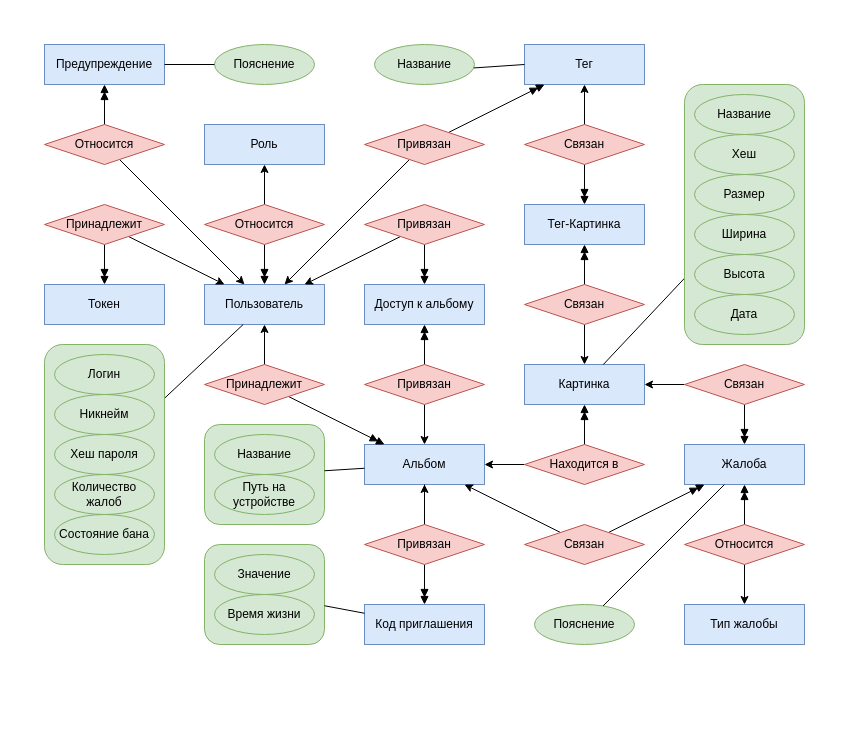
Before: page "Концепт" (1 of 4) of docs/Модели БД.drawio in savayaqu/course-project-4, a draw.io diagram. Source tidied: cells renumbered, new cells numbered last; positions are measured from the earlier drawing's top-left corner, leaving out a move shared by most shapes. Both pictures are drawn from the tidied source at 100%, with x=0, y=0 at pixel (44, 44).
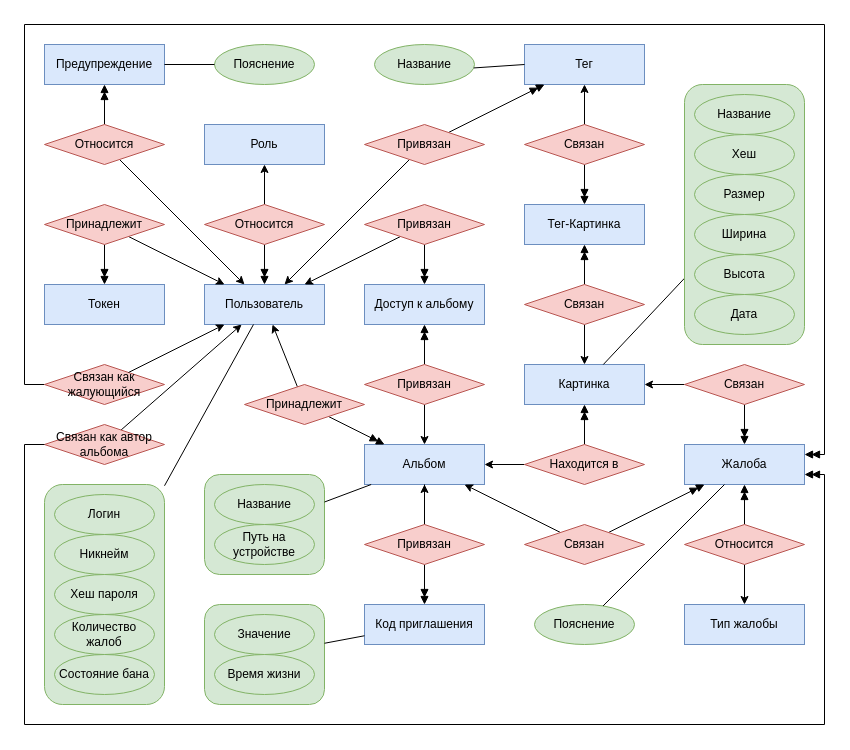
Above is the later version.

Unchanged cells that the change refers to:
```xml
<mxCell id="3" value="Пользователь" style="rounded=0;whiteSpace=wrap;html=1;fillColor=#dae8fc;strokeColor=#6c8ebf;" parent="1" vertex="1">
  <mxGeometry x="160" y="240" width="120" height="40" as="geometry" />
</mxCell>
<mxCell id="54" value="Жалоба" style="rounded=0;whiteSpace=wrap;html=1;fillColor=#dae8fc;strokeColor=#6c8ebf;" parent="1" vertex="1">
  <mxGeometry x="640" y="400" width="120" height="40" as="geometry" />
</mxCell>
```

Change to the diagram source:
```diff
@@
+    <mxCell id="92" style="rounded=0;jettySize=auto;html=1;" parent="1" edge="1" source="95" target="3">
+      <mxGeometry relative="1" as="geometry" />
+    </mxCell>
@@
-    <mxCell id="9" style="edgeStyle=orthogonalEdgeStyle;rounded=0;jettySize=auto;html=1;" parent="1" edge="1" source="11" target="3">
+    <mxCell id="9" style="rounded=0;jettySize=auto;html=1;" parent="1" edge="1" source="11" target="3">
       <mxGeometry relative="1" as="geometry" />
     </mxCell>
@@
     <mxCell id="11" value="Принадлежит" style="rhombus;whiteSpace=wrap;html=1;fillColor=#f8cecc;strokeColor=#b85450;" parent="1" vertex="1">
-      <mxGeometry x="160" y="320" width="120" height="40" as="geometry" />
+      <mxGeometry x="200" y="340" width="120" height="40" as="geometry" />
     </mxCell>
@@
     <mxCell id="22" style="group;" parent="1" vertex="1">
-      <mxGeometry x="160" y="380" width="120" height="100" as="geometry" />
+      <mxGeometry x="160" y="430" width="120" height="100" as="geometry" />
     </mxCell>
@@
     <mxCell id="47" style="group;" parent="1" vertex="1">
-      <mxGeometry x="160" y="500" width="120" height="100" as="geometry" />
+      <mxGeometry x="160" y="560" width="120" height="100" as="geometry" />
     </mxCell>
@@
     <mxCell id="67" style="group;" parent="1" vertex="1">
-      <mxGeometry y="300" width="120" height="220" as="geometry" />
+      <mxGeometry y="440" width="120" height="220" as="geometry" />
     </mxCell>
@@
+    <mxCell id="93" style="edgeStyle=orthogonalEdgeStyle;rounded=0;jettySize=auto;html=1;endArrow=doubleBlock;endFill=1;" parent="1" edge="1" source="94" target="54">
+      <mxGeometry relative="1" as="geometry">
+        <Array as="points">
+          <mxPoint x="-20" y="340" />
+          <mxPoint x="-20" y="-20" />
+          <mxPoint x="780" y="-20" />
+          <mxPoint x="780" y="410" />
+        </Array>
+      </mxGeometry>
+    </mxCell>
+    <mxCell id="94" value="Связан как жалующийся" style="rhombus;whiteSpace=wrap;html=1;fillColor=#f8cecc;strokeColor=#b85450;" parent="1" vertex="1">
+      <mxGeometry y="320" width="120" height="40" as="geometry" />
+    </mxCell>
+    <mxCell id="95" value="Связан как автор альбома" style="rhombus;whiteSpace=wrap;html=1;fillColor=#f8cecc;strokeColor=#b85450;" parent="1" vertex="1">
+      <mxGeometry y="380" width="120" height="40" as="geometry" />
+    </mxCell>
+    <mxCell id="96" style="rounded=0;jettySize=auto;html=1;" parent="1" edge="1" source="94" target="3">
+      <mxGeometry relative="1" as="geometry" />
+    </mxCell>
+    <mxCell id="97" style="edgeStyle=orthogonalEdgeStyle;rounded=0;jettySize=auto;html=1;endArrow=doubleBlock;endFill=1;" parent="1" edge="1" target="54">
+      <mxGeometry relative="1" as="geometry">
+        <mxPoint y="400" as="sourcePoint" />
+        <Array as="points">
+          <mxPoint x="-20" y="400" />
+          <mxPoint x="-20" y="680" />
+          <mxPoint x="780" y="680" />
+          <mxPoint x="780" y="430" />
+        </Array>
+      </mxGeometry>
+    </mxCell>
```
